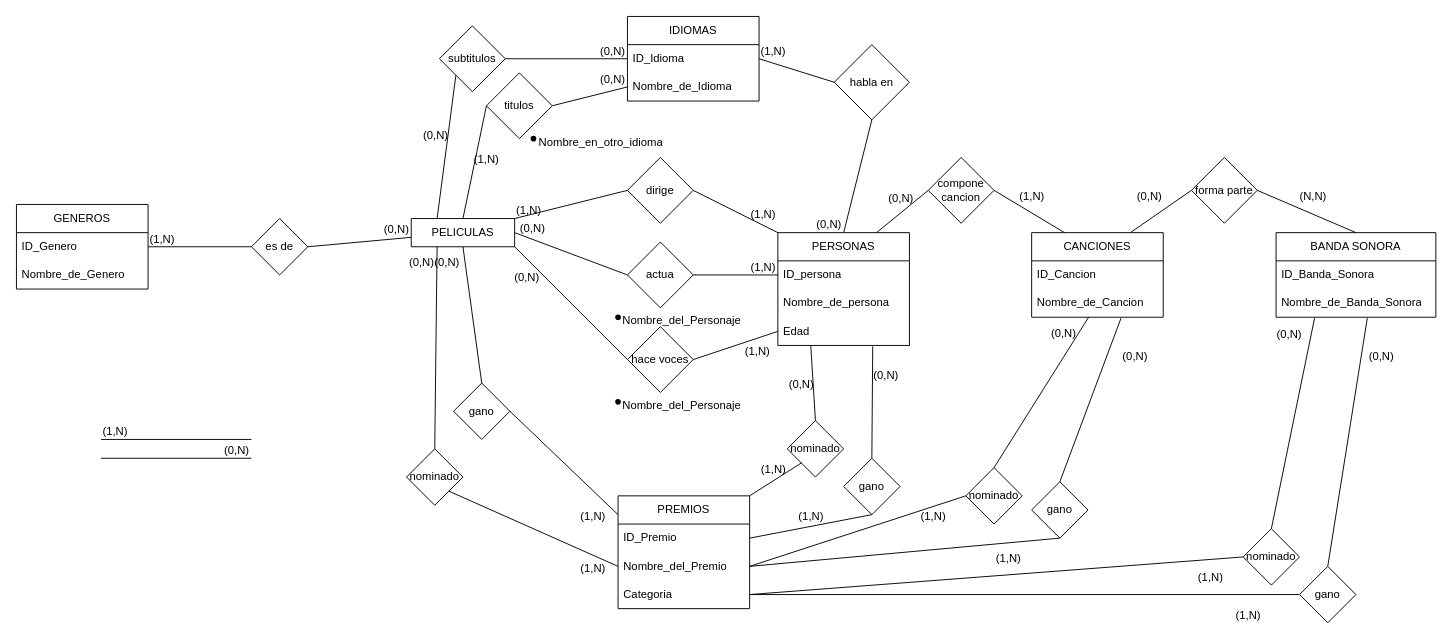
Before: omdb.drawio in kolodani/AUS_Base_de_datos, a draw.io diagram. Source tidied: cells renumbered, new cells numbered last; positions are measured from the earlier drawing's top-left corner, leaving out a move shared by most shapes. Both pictures are drawn from the tidied source at 94%, with x=0, y=0 at pixel (16, 16).
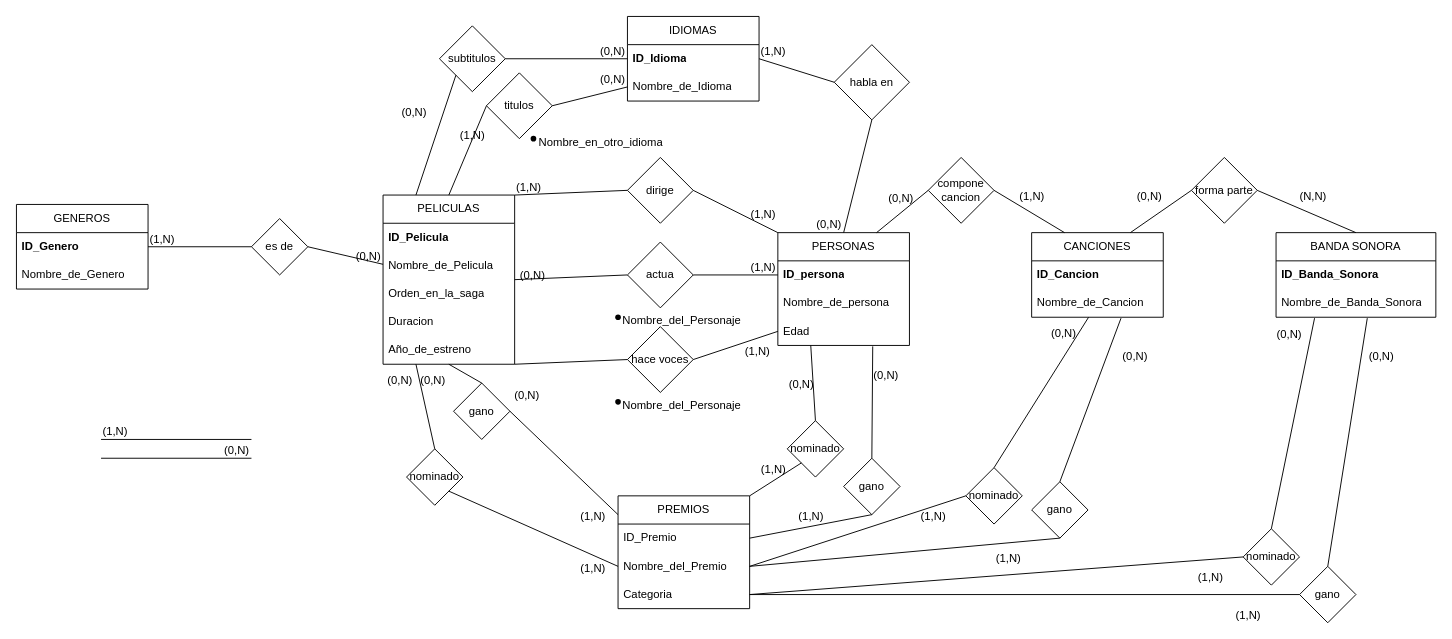
Above is the later version.

Commit message:
identificadores en negrita

Unchanged cells that the change refers to:
```xml
<mxCell id="2" value="GENEROS" style="swimlane;fontStyle=0;horizontal=1;startSize=30;whiteSpace=wrap;html=1;" parent="1" vertex="1">
  <mxGeometry y="200" width="140" height="90" as="geometry" />
</mxCell>
<mxCell id="10" value="PERSONAS" style="swimlane;fontStyle=0;horizontal=1;startSize=30;whiteSpace=wrap;html=1;" parent="1" vertex="1">
  <mxGeometry x="810" y="230" width="140" height="120" as="geometry" />
</mxCell>
<mxCell id="14" value="CANCIONES" style="swimlane;fontStyle=0;horizontal=1;startSize=30;whiteSpace=wrap;html=1;" parent="1" vertex="1">
  <mxGeometry x="1080" y="230" width="140" height="90" as="geometry" />
</mxCell>
<mxCell id="21" value="IDIOMAS" style="swimlane;fontStyle=0;horizontal=1;startSize=30;whiteSpace=wrap;html=1;" parent="1" vertex="1">
  <mxGeometry x="650" width="140" height="90" as="geometry" />
</mxCell>
<mxCell id="34" value="BANDA SONORA" style="swimlane;fontStyle=0;horizontal=1;startSize=30;whiteSpace=wrap;html=1;" parent="1" vertex="1">
  <mxGeometry x="1340" y="230" width="170" height="90" as="geometry" />
</mxCell>
```

Diff of the diagram source:
```diff
@@
-    <mxCell id="3" value="ID_Genero&lt;span style=&quot;white-space: pre;&quot;&gt;&#9;&lt;/span&gt;" style="text;strokeColor=none;fillColor=none;align=left;verticalAlign=middle;spacingLeft=4;spacingRight=4;overflow=hidden;points=[[0,0.5],[1,0.5]];portConstraint=eastwest;whiteSpace=wrap;html=1;" parent="2" vertex="1">
+    <mxCell id="3" value="&lt;b&gt;ID_Genero&lt;/b&gt;&lt;span style=&quot;white-space: pre;&quot;&gt;&#9;&lt;/span&gt;" style="text;strokeColor=none;fillColor=none;align=left;verticalAlign=middle;spacingLeft=4;spacingRight=4;overflow=hidden;points=[[0,0.5],[1,0.5]];portConstraint=eastwest;whiteSpace=wrap;html=1;" parent="2" vertex="1">
       <mxGeometry y="30" width="140" height="30" as="geometry" />
     </mxCell>
@@
-    <mxCell id="5" value="PELICULAS" style="swimlane;fontStyle=0;horizontal=1;startSize=30;whiteSpace=wrap;html=1;" parent="1" vertex="1" collapsed="1">
-      <mxGeometry x="420" y="215" width="110" height="30" as="geometry" />
+    <mxCell id="5" value="PELICULAS" style="swimlane;fontStyle=0;horizontal=1;startSize=30;whiteSpace=wrap;html=1;" parent="1" vertex="1">
+      <mxGeometry x="390" y="190" width="140" height="180" as="geometry" />
     </mxCell>
+    <mxCell id="121" value="&lt;b&gt;ID_Pelicula&lt;/b&gt;" style="text;strokeColor=none;fillColor=none;align=left;verticalAlign=middle;spacingLeft=4;spacingRight=4;overflow=hidden;whiteSpace=wrap;html=1;" parent="5" vertex="1">
+      <mxGeometry y="30" width="140" height="30" as="geometry" />
+    </mxCell>
+    <mxCell id="122" value="Nombre_de_Pelicula&lt;span style=&quot;white-space: pre;&quot;&gt;&#9;&lt;/span&gt;" style="text;strokeColor=none;fillColor=none;align=left;verticalAlign=middle;spacingLeft=4;spacingRight=4;overflow=hidden;whiteSpace=wrap;html=1;" parent="5" vertex="1">
+      <mxGeometry y="60" width="140" height="30" as="geometry" />
+    </mxCell>
+    <mxCell id="123" value="&lt;div&gt;Orden_en_la_saga&lt;/div&gt;" style="text;strokeColor=none;fillColor=none;align=left;verticalAlign=middle;spacingLeft=4;spacingRight=4;overflow=hidden;whiteSpace=wrap;html=1;" parent="5" vertex="1">
+      <mxGeometry y="90" width="140" height="30" as="geometry" />
+    </mxCell>
+    <mxCell id="124" value="Duracion" style="text;strokeColor=none;fillColor=none;align=left;verticalAlign=middle;spacingLeft=4;spacingRight=4;overflow=hidden;whiteSpace=wrap;html=1;" parent="5" vertex="1">
+      <mxGeometry y="120" width="140" height="30" as="geometry" />
+    </mxCell>
+    <mxCell id="125" value="Año_de_estreno" style="text;strokeColor=none;fillColor=none;align=left;verticalAlign=middle;spacingLeft=4;spacingRight=4;overflow=hidden;whiteSpace=wrap;html=1;" parent="5" vertex="1">
+      <mxGeometry y="150" width="140" height="30" as="geometry" />
+    </mxCell>
@@
-    <mxCell id="11" value="ID_persona" style="text;strokeColor=none;fillColor=none;align=left;verticalAlign=middle;spacingLeft=4;spacingRight=4;overflow=hidden;points=[[0,0.5],[1,0.5]];portConstraint=eastwest;whiteSpace=wrap;html=1;" parent="10" vertex="1">
+    <mxCell id="11" value="&lt;b&gt;ID_persona&lt;/b&gt;" style="text;strokeColor=none;fillColor=none;align=left;verticalAlign=middle;spacingLeft=4;spacingRight=4;overflow=hidden;points=[[0,0.5],[1,0.5]];portConstraint=eastwest;whiteSpace=wrap;html=1;" parent="10" vertex="1">
       <mxGeometry y="30" width="140" height="30" as="geometry" />
     </mxCell>
@@
-    <mxCell id="15" value="ID_Cancion" style="text;strokeColor=none;fillColor=none;align=left;verticalAlign=middle;spacingLeft=4;spacingRight=4;overflow=hidden;whiteSpace=wrap;html=1;" parent="14" vertex="1">
+    <mxCell id="15" value="&lt;b&gt;ID_Cancion&lt;/b&gt;" style="text;strokeColor=none;fillColor=none;align=left;verticalAlign=middle;spacingLeft=4;spacingRight=4;overflow=hidden;whiteSpace=wrap;html=1;" parent="14" vertex="1">
       <mxGeometry y="30" width="140" height="30" as="geometry" />
     </mxCell>
@@
-    <mxCell id="22" value="ID_Idioma" style="text;strokeColor=none;fillColor=none;align=left;verticalAlign=middle;spacingLeft=4;spacingRight=4;overflow=hidden;points=[[0,0.5],[1,0.5]];portConstraint=eastwest;whiteSpace=wrap;html=1;" parent="21" vertex="1">
+    <mxCell id="22" value="&lt;b&gt;ID_Idioma&lt;/b&gt;" style="text;strokeColor=none;fillColor=none;align=left;verticalAlign=middle;spacingLeft=4;spacingRight=4;overflow=hidden;points=[[0,0.5],[1,0.5]];portConstraint=eastwest;whiteSpace=wrap;html=1;" parent="21" vertex="1">
       <mxGeometry y="30" width="140" height="30" as="geometry" />
     </mxCell>
@@
-    <mxCell id="35" value="ID_Banda_Sonora&lt;span style=&quot;white-space: pre;&quot;&gt;&#9;&lt;/span&gt;" style="text;strokeColor=none;fillColor=none;align=left;verticalAlign=middle;spacingLeft=4;spacingRight=4;overflow=hidden;whiteSpace=wrap;html=1;" parent="34" vertex="1">
+    <mxCell id="35" value="&lt;b&gt;ID_Banda_Sonora&lt;span style=&quot;white-space: pre;&quot;&gt;&#9;&lt;/span&gt;&lt;/b&gt;" style="text;strokeColor=none;fillColor=none;align=left;verticalAlign=middle;spacingLeft=4;spacingRight=4;overflow=hidden;whiteSpace=wrap;html=1;" parent="34" vertex="1">
       <mxGeometry y="30" width="170" height="30" as="geometry" />
     </mxCell>
```
